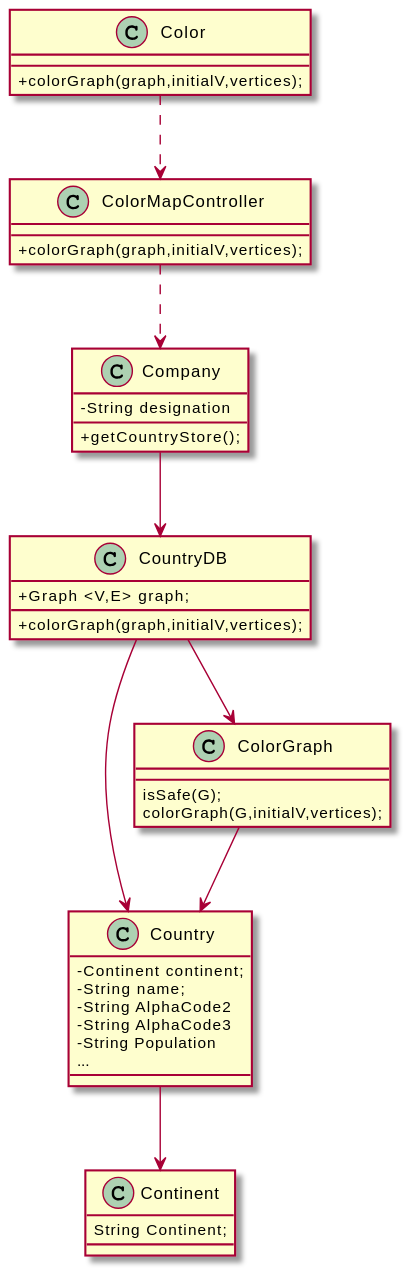
Before: docs/Sprint3/US302/US302_CD.svg, a diagram exported from PlantUML (RuiRioPina/CargoMaster).
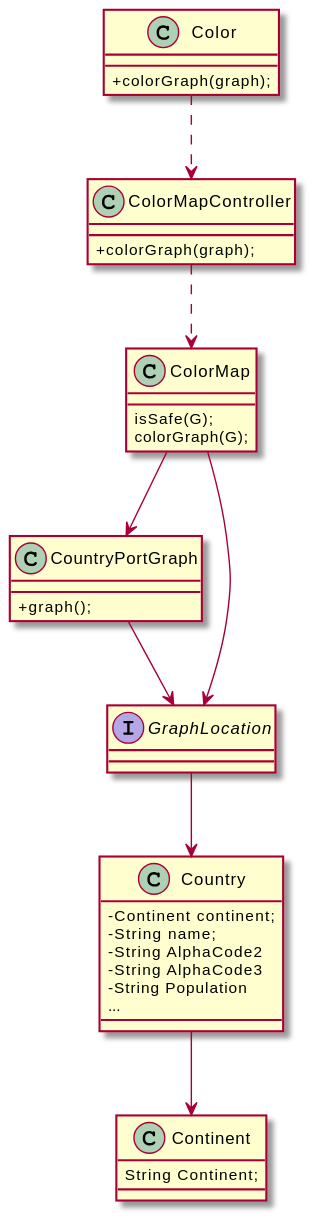
After the commit.

Commit message:
<G76-162> #time 1h  #comment US302 Class Diagram, SequenceDiagram and Domain Model (docs) update

Diff of the diagram source:
```diff
@@ -1,23 +1,16 @@
 @startuml
 skinparam classAttributeIconSize 0
 
+class CountryPortGraph {
++graph();
+}
+
 class Color {
-+colorGraph(graph,initialV,vertices);
-}
-class Company {
-  -String designation
-  +getCountryStore();
++colorGraph(graph);
 }
 
 class ColorMapController {
-+colorGraph(graph,initialV,vertices);
-}
-
-class CountryDB {
-+Graph <V,E> graph;
-+colorGraph(graph,initialV,vertices);
-
-
++colorGraph(graph);
 }
 
 class Country {
@@ -33,16 +26,18 @@
 String Continent;
 }
 
-class ColorGraph {
+class ColorMap {
 isSafe(G);
-colorGraph(G,initialV,vertices);
+colorGraph(G);
+}
+interface GraphLocation {
 }
 
 Color ..> ColorMapController
-ColorMapController ..> Company
-Company --> CountryDB
-CountryDB --> ColorGraph
-CountryDB --> Country
-ColorGraph --> Country
+ColorMapController ..> ColorMap
+ColorMap--> CountryPortGraph
+CountryPortGraph --> GraphLocation
+ColorMap --> GraphLocation
+GraphLocation --> Country
 Country --> Continent
 @enduml
```
